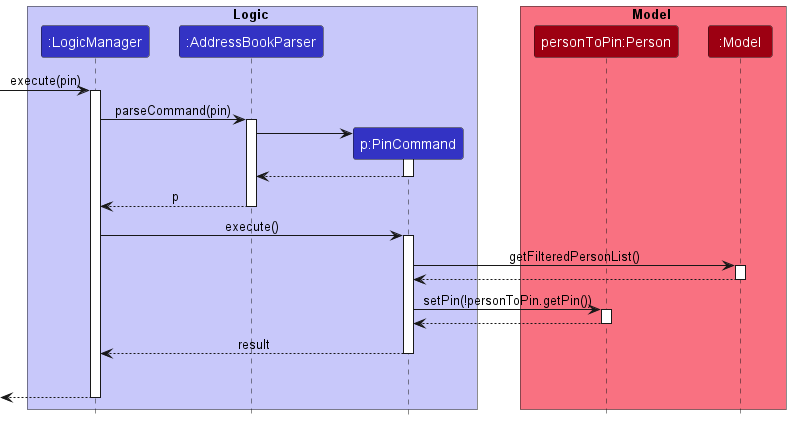
nus-cs2103-AY2223S1/tp keeps this PlantUML diagram as docs/images/PinSequenceDiagram.png. Above is the earlier version.
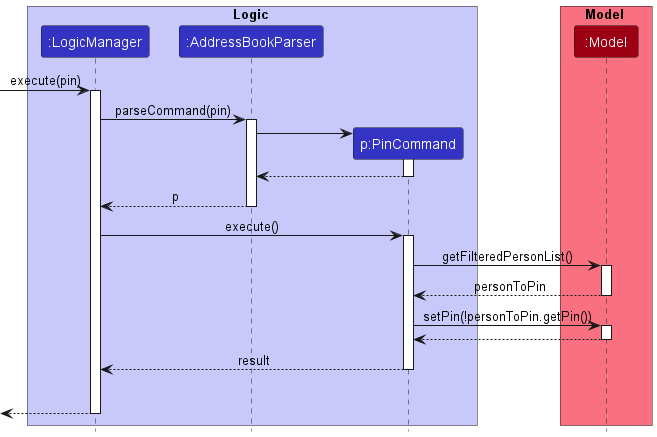
The same file after the commit.

What changed in the source:
```diff
@@ -8,9 +8,9 @@
 end box
 
 box Model MODEL_COLOR_T1
-participant "personToPin:Person" as Person MODEL_COLOR
 participant ":Model" as Model MODEL_COLOR
 end box
+
 [-> LogicManager : execute(pin)
 activate LogicManager
 
@@ -33,13 +33,13 @@
 PinCommand -> Model : getFilteredPersonList()
 activate Model
 
+Model --> PinCommand : personToPin
+deactivate Model
+
+PinCommand -> Model :setPin(!personToPin.getPin())
+activate Model
 Model --> PinCommand
 deactivate Model
-
-PinCommand -> Person:setPin(!personToPin.getPin())
-activate Person
-Person --> PinCommand
-deactivate Person
 
 PinCommand --> LogicManager : result
 deactivate PinCommand
```
